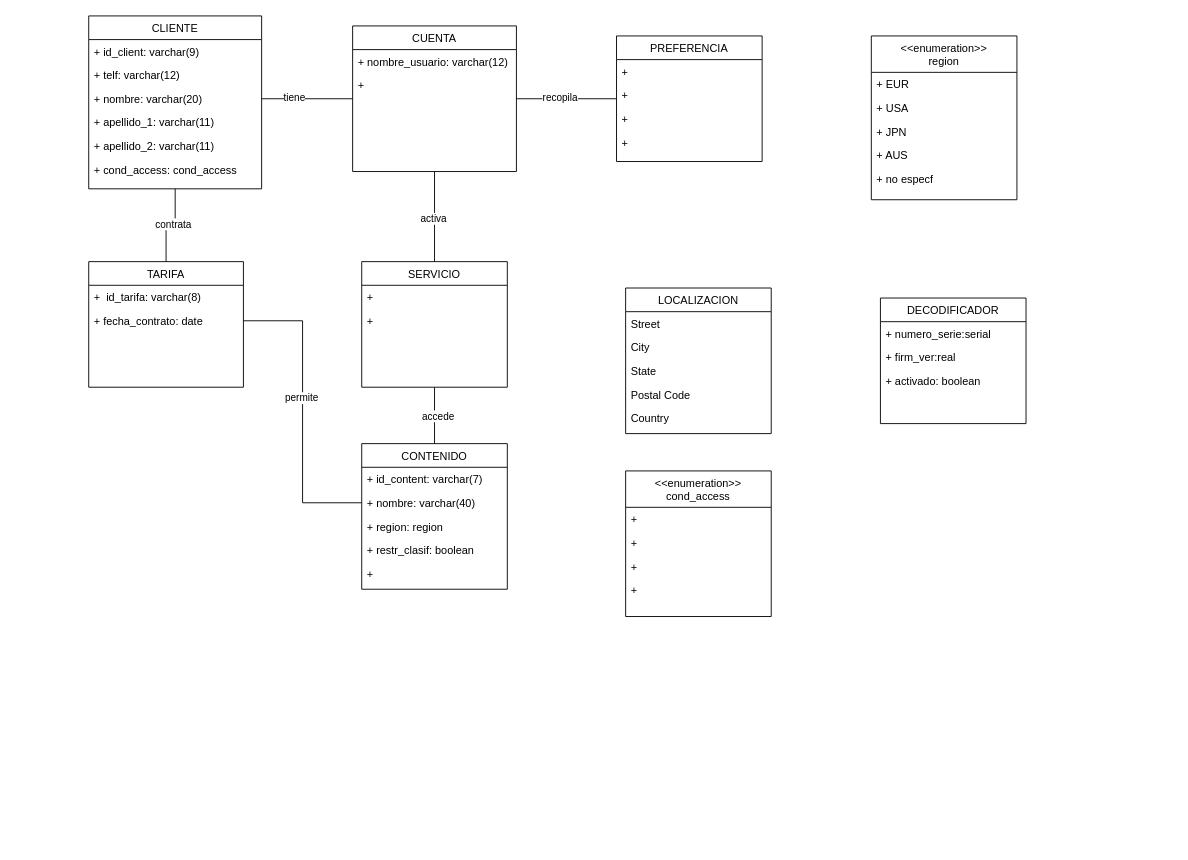
Earlier version of the draw.io diagram PROYECTO1.drawio (NyanCat6886/BasesDeDatosETSITGC). Source tidied: cells renumbered, new cells numbered last; positions are measured from the earlier drawing's top-left corner, leaving out a move shared by most shapes. Both pictures are drawn from the tidied source at 91%, with x=0, y=0 at pixel (88, 15).
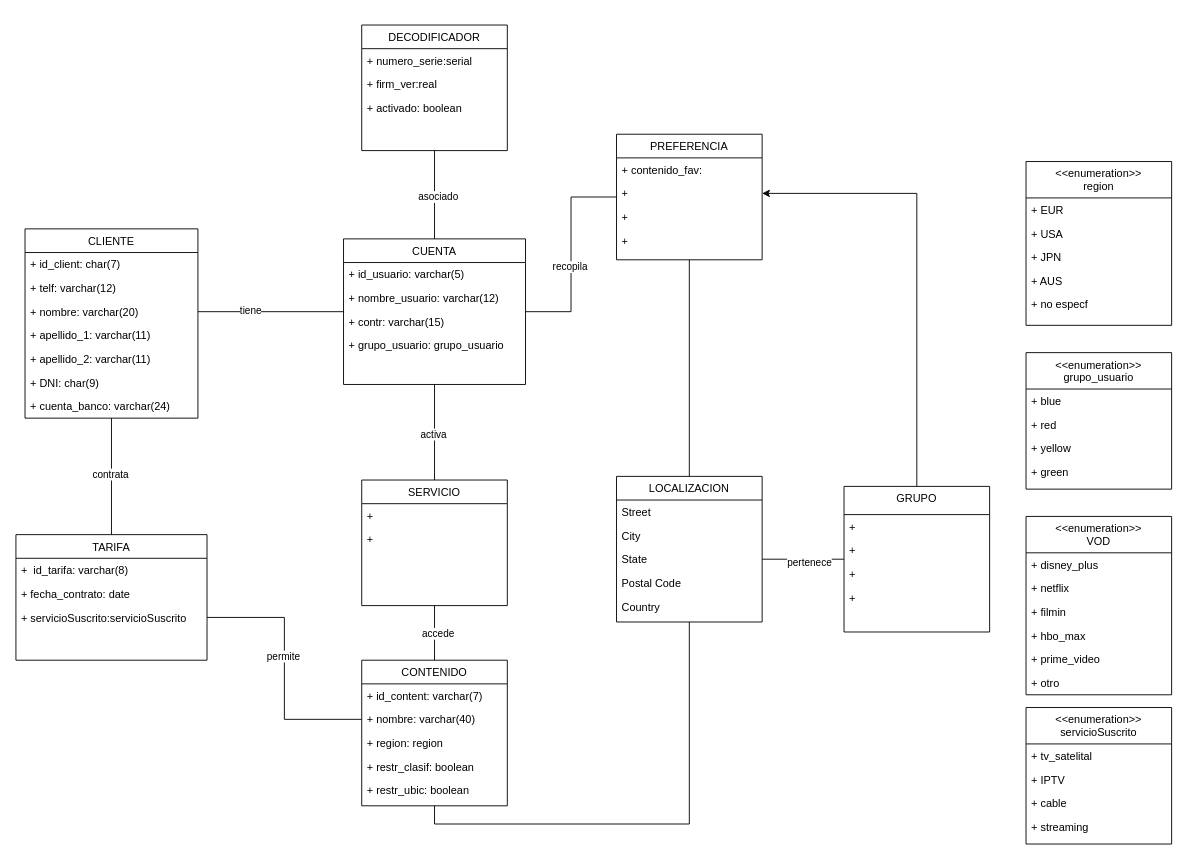
Above is the later version.

Unchanged cells that the change refers to:
```xml
<mxCell id="14" value="+ " style="text;align=left;verticalAlign=top;spacingLeft=4;spacingRight=4;overflow=hidden;points=[[0,0.5],[1,0.5]];portConstraint=eastwest;rounded=0;shadow=0;html=0;" parent="12" vertex="1">
  <mxGeometry y="52" width="160" height="26" as="geometry" />
</mxCell>
<mxCell id="45" value="State" style="text;align=left;verticalAlign=top;spacingLeft=4;spacingRight=4;overflow=hidden;points=[[0,0.5],[1,0.5]];portConstraint=eastwest;rounded=0;shadow=0;html=0;" parent="42" vertex="1">
  <mxGeometry y="78" width="160" height="26" as="geometry" />
</mxCell>
```

What changed in the source:
```diff
@@
     <mxCell id="4" value="CLIENTE" style="swimlane;fontStyle=0;align=center;verticalAlign=top;horizontal=1;startSize=26;rounded=0;shadow=0;strokeWidth=1;" parent="1" vertex="1">
-      <mxGeometry width="190" height="190" as="geometry" />
+      <mxGeometry x="-70" y="234" width="190" height="208" as="geometry" />
     </mxCell>
-    <mxCell id="5" value="+ id_client: varchar(9)" style="text;align=left;verticalAlign=top;spacingLeft=4;spacingRight=4;overflow=hidden;" parent="4" vertex="1">
+    <mxCell id="5" value="+ id_client: char(7)" style="text;align=left;verticalAlign=top;spacingLeft=4;spacingRight=4;overflow=hidden;" parent="4" vertex="1">
       <mxGeometry y="26" width="190" height="26" as="geometry" />
     </mxCell>
@@
-    <mxCell id="10" value="+ cond_access: cond_access" style="text;align=left;verticalAlign=top;spacingLeft=4;spacingRight=4;overflow=hidden;rounded=0;shadow=0;html=0;" parent="4" vertex="1">
+    <mxCell id="10" value="+ DNI: char(9)" style="text;align=left;verticalAlign=top;spacingLeft=4;spacingRight=4;overflow=hidden;rounded=0;shadow=0;html=0;" parent="4" vertex="1">
       <mxGeometry y="156" width="190" height="26" as="geometry" />
     </mxCell>
+    <mxCell id="63" value="+ cuenta_banco: varchar(24)" style="text;align=left;verticalAlign=top;spacingLeft=4;spacingRight=4;overflow=hidden;rounded=0;shadow=0;html=0;" parent="4" vertex="1">
+      <mxGeometry y="182" width="190" height="26" as="geometry" />
+    </mxCell>
@@
     <mxCell id="12" value="PREFERENCIA" style="swimlane;fontStyle=0;align=center;verticalAlign=top;horizontal=1;startSize=26;rounded=0;shadow=0;strokeWidth=1;" parent="1" vertex="1">
-      <mxGeometry x="580" y="22" width="160" height="138" as="geometry" />
+      <mxGeometry x="580" y="130" width="160" height="138" as="geometry" />
     </mxCell>
-    <mxCell id="13" value="+ " style="text;align=left;verticalAlign=top;spacingLeft=4;spacingRight=4;overflow=hidden;" parent="12" vertex="1">
+    <mxCell id="13" value="+ contenido_fav:" style="text;align=left;verticalAlign=top;spacingLeft=4;spacingRight=4;overflow=hidden;" parent="12" vertex="1">
       <mxGeometry y="26" width="160" height="26" as="geometry" />
     </mxCell>
@@
     <mxCell id="21" value="CUENTA" style="swimlane;fontStyle=0;align=center;verticalAlign=top;horizontal=1;startSize=26;rounded=0;shadow=0;strokeWidth=1;" parent="1" vertex="1">
-      <mxGeometry x="290" y="11" width="180" height="160" as="geometry" />
+      <mxGeometry x="280" y="245" width="200" height="160" as="geometry" />
     </mxCell>
+    <mxCell id="64" value="+ id_usuario: varchar(5)" style="text;align=left;verticalAlign=top;spacingLeft=4;spacingRight=4;overflow=hidden;" parent="21" vertex="1">
+      <mxGeometry y="26" width="200" height="26" as="geometry" />
+    </mxCell>
     <mxCell id="22" value="+ nombre_usuario: varchar(12)" style="text;align=left;verticalAlign=top;spacingLeft=4;spacingRight=4;overflow=hidden;" parent="21" vertex="1">
-      <mxGeometry y="26" width="180" height="26" as="geometry" />
+      <mxGeometry y="52" width="200" height="26" as="geometry" />
     </mxCell>
-    <mxCell id="23" value="+ " style="text;align=left;verticalAlign=top;spacingLeft=4;spacingRight=4;overflow=hidden;" parent="21" vertex="1">
-      <mxGeometry y="52" width="180" height="26" as="geometry" />
+    <mxCell id="23" value="+ contr: varchar(15)" style="text;align=left;verticalAlign=top;spacingLeft=4;spacingRight=4;overflow=hidden;" parent="21" vertex="1">
+      <mxGeometry y="78" width="200" height="26" as="geometry" />
     </mxCell>
+    <mxCell id="65" value="+ grupo_usuario: grupo_usuario" style="text;align=left;verticalAlign=top;spacingLeft=4;spacingRight=4;overflow=hidden;" parent="21" vertex="1">
+      <mxGeometry y="104" width="200" height="26" as="geometry" />
+    </mxCell>
@@
+    <mxCell id="66" style="edgeStyle=orthogonalEdgeStyle;rounded=0;jettySize=auto;html=1;exitX=0.5;exitY=1;exitDx=0;exitDy=0;entryX=0.5;entryY=1;entryDx=0;entryDy=0;endArrow=none;endFill=0;" parent="1" edge="1" source="26" target="42">
+      <mxGeometry relative="1" as="geometry" />
+    </mxCell>
     <mxCell id="26" value="CONTENIDO " style="swimlane;fontStyle=0;align=center;verticalAlign=top;horizontal=1;startSize=26;rounded=0;shadow=0;strokeWidth=1;" parent="1" vertex="1">
-      <mxGeometry x="300" y="470" width="160" height="160" as="geometry" />
+      <mxGeometry x="300" y="708" width="160" height="160" as="geometry" />
     </mxCell>
@@
-    <mxCell id="31" value="+ " style="text;align=left;verticalAlign=top;spacingLeft=4;spacingRight=4;overflow=hidden;rounded=0;shadow=0;html=0;" parent="26" vertex="1">
+    <mxCell id="31" value="+ restr_ubic: boolean" style="text;align=left;verticalAlign=top;spacingLeft=4;spacingRight=4;overflow=hidden;rounded=0;shadow=0;html=0;" parent="26" vertex="1">
       <mxGeometry y="130" width="160" height="26" as="geometry" />
     </mxCell>
+    <mxCell id="67" style="edgeStyle=orthogonalEdgeStyle;rounded=0;jettySize=auto;html=1;exitX=0.5;exitY=1;exitDx=0;exitDy=0;entryX=0.5;entryY=0;entryDx=0;entryDy=0;endArrow=none;endFill=0;" parent="1" edge="1" source="32" target="21">
+      <mxGeometry relative="1" as="geometry" />
+    </mxCell>
+    <mxCell id="68" value="asociado" style="edgeLabel;html=1;align=center;verticalAlign=middle;" parent="67" vertex="1">
+      <mxGeometry x="0.04" y="3" relative="1" as="geometry" />
+    </mxCell>
     <mxCell id="32" value="DECODIFICADOR" style="swimlane;fontStyle=0;align=center;verticalAlign=top;horizontal=1;startSize=26;rounded=0;shadow=0;strokeWidth=1;" parent="1" vertex="1">
-      <mxGeometry x="870" y="310" width="160" height="138" as="geometry" />
+      <mxGeometry x="300" y="10" width="160" height="138" as="geometry" />
     </mxCell>
@@
     <mxCell id="36" value="SERVICIO" style="swimlane;fontStyle=0;align=center;verticalAlign=top;horizontal=1;startSize=26;rounded=0;shadow=0;strokeWidth=1;" parent="1" vertex="1">
-      <mxGeometry x="300" y="270" width="160" height="138" as="geometry" />
+      <mxGeometry x="300" y="510" width="160" height="138" as="geometry" />
     </mxCell>
@@
     <mxCell id="39" value="TARIFA" style="swimlane;fontStyle=0;align=center;verticalAlign=top;horizontal=1;startSize=26;rounded=0;shadow=0;strokeWidth=1;" parent="1" vertex="1">
-      <mxGeometry y="270" width="170" height="138" as="geometry" />
+      <mxGeometry x="-80" y="570" width="210" height="138" as="geometry" />
     </mxCell>
     <mxCell id="40" value="+  id_tarifa: varchar(8)" style="text;align=left;verticalAlign=top;spacingLeft=4;spacingRight=4;overflow=hidden;" parent="39" vertex="1">
-      <mxGeometry y="26" width="170" height="26" as="geometry" />
+      <mxGeometry y="26" width="210" height="26" as="geometry" />
     </mxCell>
+    <mxCell id="69" value="+ fecha_contrato: date" style="text;align=left;verticalAlign=top;spacingLeft=4;spacingRight=4;overflow=hidden;rounded=0;shadow=0;html=0;" parent="39" vertex="1">
+      <mxGeometry y="52" width="210" height="26" as="geometry" />
+    </mxCell>
-    <mxCell id="41" value="+ fecha_contrato: date" style="text;align=left;verticalAlign=top;spacingLeft=4;spacingRight=4;overflow=hidden;points=[[0,0.5],[1,0.5]];portConstraint=eastwest;rounded=0;shadow=0;html=0;" parent="39" vertex="1">
-      <mxGeometry y="52" width="170" height="26" as="geometry" />
+    <mxCell id="41" value="+ servicioSuscrito:servicioSuscrito" style="text;align=left;verticalAlign=top;spacingLeft=4;spacingRight=4;overflow=hidden;points=[[0,0.5],[1,0.5]];portConstraint=eastwest;rounded=0;shadow=0;html=0;" parent="39" vertex="1">
+      <mxGeometry y="78" width="210" height="26" as="geometry" />
     </mxCell>
+    <mxCell id="70" style="edgeStyle=orthogonalEdgeStyle;rounded=0;jettySize=auto;html=1;exitX=0.5;exitY=0;exitDx=0;exitDy=0;entryX=0.5;entryY=1;entryDx=0;entryDy=0;endArrow=none;endFill=0;" parent="1" edge="1" source="42" target="12">
+      <mxGeometry relative="1" as="geometry" />
+    </mxCell>
     <mxCell id="42" value="LOCALIZACION" style="swimlane;fontStyle=0;align=center;verticalAlign=top;horizontal=1;startSize=26;rounded=0;shadow=0;strokeWidth=1;" parent="1" vertex="1">
-      <mxGeometry x="590" y="299" width="160" height="160" as="geometry" />
+      <mxGeometry x="580" y="506" width="160" height="160" as="geometry" />
     </mxCell>
@@
     <mxCell id="48" value="&lt;&lt;enumeration&gt;&gt;&#10;region" style="swimlane;fontStyle=0;align=center;verticalAlign=top;horizontal=1;startSize=40;rounded=0;shadow=0;strokeWidth=1;" parent="1" vertex="1">
-      <mxGeometry x="860" y="22" width="160" height="180" as="geometry" />
+      <mxGeometry x="1030" y="160" width="160" height="180" as="geometry" />
     </mxCell>
@@
-    <mxCell id="54" value="&lt;&lt;enumeration&gt;&gt;&#10;cond_access" style="swimlane;fontStyle=0;align=center;verticalAlign=top;horizontal=1;startSize=40;rounded=0;shadow=0;strokeWidth=1;" parent="1" vertex="1">
-      <mxGeometry x="590" y="500" width="160" height="160" as="geometry" />
-    </mxCell>
-    <mxCell id="55" value="+ " style="text;align=left;verticalAlign=top;spacingLeft=4;spacingRight=4;overflow=hidden;rounded=0;shadow=0;html=0;" parent="54" vertex="1">
-      <mxGeometry y="40" width="160" height="26" as="geometry" />
-    </mxCell>
-    <mxCell id="56" value="+ " style="text;align=left;verticalAlign=top;spacingLeft=4;spacingRight=4;overflow=hidden;rounded=0;shadow=0;html=0;" parent="54" vertex="1">
-      <mxGeometry y="66" width="160" height="26" as="geometry" />
-    </mxCell>
-    <mxCell id="57" value="+ " style="text;align=left;verticalAlign=top;spacingLeft=4;spacingRight=4;overflow=hidden;rounded=0;shadow=0;html=0;" parent="54" vertex="1">
-      <mxGeometry y="92" width="160" height="26" as="geometry" />
-    </mxCell>
-    <mxCell id="58" value="+ " style="text;align=left;verticalAlign=top;spacingLeft=4;spacingRight=4;overflow=hidden;rounded=0;shadow=0;html=0;" parent="54" vertex="1">
-      <mxGeometry y="118" width="160" height="26" as="geometry" />
-    </mxCell>
@@
+    <mxCell id="71" style="edgeStyle=orthogonalEdgeStyle;rounded=0;jettySize=auto;html=1;entryX=1;entryY=0.5;entryDx=0;entryDy=0;endArrow=none;endFill=0;" parent="1" edge="1" source="74" target="45">
+      <mxGeometry relative="1" as="geometry" />
+    </mxCell>
+    <mxCell id="72" value="pertenece" style="edgeLabel;html=1;align=center;verticalAlign=middle;" parent="71" vertex="1">
+      <mxGeometry x="-0.14" y="3" relative="1" as="geometry" />
+    </mxCell>
+    <mxCell id="73" style="edgeStyle=orthogonalEdgeStyle;rounded=0;jettySize=auto;html=1;exitX=0.5;exitY=0;exitDx=0;exitDy=0;entryX=1;entryY=0.5;entryDx=0;entryDy=0;" parent="1" edge="1" source="74" target="14">
+      <mxGeometry relative="1" as="geometry" />
+    </mxCell>
+    <mxCell id="74" value="GRUPO" style="swimlane;fontStyle=0;align=center;verticalAlign=top;horizontal=1;startSize=31;rounded=0;shadow=0;strokeWidth=1;" parent="1" vertex="1">
+      <mxGeometry x="830" y="517" width="160" height="160" as="geometry" />
+    </mxCell>
+    <mxCell id="75" value="+ " style="text;align=left;verticalAlign=top;spacingLeft=4;spacingRight=4;overflow=hidden;rounded=0;shadow=0;html=0;" parent="74" vertex="1">
+      <mxGeometry y="31" width="160" height="26" as="geometry" />
+    </mxCell>
+    <mxCell id="76" value="+ " style="text;align=left;verticalAlign=top;spacingLeft=4;spacingRight=4;overflow=hidden;rounded=0;shadow=0;html=0;" parent="74" vertex="1">
+      <mxGeometry y="57" width="160" height="26" as="geometry" />
+    </mxCell>
+    <mxCell id="77" value="+ " style="text;align=left;verticalAlign=top;spacingLeft=4;spacingRight=4;overflow=hidden;rounded=0;shadow=0;html=0;" parent="74" vertex="1">
+      <mxGeometry y="83" width="160" height="26" as="geometry" />
+    </mxCell>
+    <mxCell id="78" value="+ " style="text;align=left;verticalAlign=top;spacingLeft=4;spacingRight=4;overflow=hidden;rounded=0;shadow=0;html=0;" parent="74" vertex="1">
+      <mxGeometry y="109" width="160" height="26" as="geometry" />
+    </mxCell>
+    <mxCell id="79" value="&lt;&lt;enumeration&gt;&gt;&#10;grupo_usuario" style="swimlane;fontStyle=0;align=center;verticalAlign=top;horizontal=1;startSize=40;rounded=0;shadow=0;strokeWidth=1;" parent="1" vertex="1">
+      <mxGeometry x="1030" y="370" width="160" height="150" as="geometry" />
+    </mxCell>
+    <mxCell id="80" value="+ blue" style="text;align=left;verticalAlign=top;spacingLeft=4;spacingRight=4;overflow=hidden;rounded=0;shadow=0;html=0;" parent="79" vertex="1">
+      <mxGeometry y="40" width="160" height="26" as="geometry" />
+    </mxCell>
+    <mxCell id="81" value="+ red" style="text;align=left;verticalAlign=top;spacingLeft=4;spacingRight=4;overflow=hidden;rounded=0;shadow=0;html=0;" parent="79" vertex="1">
+      <mxGeometry y="66" width="160" height="26" as="geometry" />
+    </mxCell>
+    <mxCell id="82" value="+ yellow" style="text;align=left;verticalAlign=top;spacingLeft=4;spacingRight=4;overflow=hidden;rounded=0;shadow=0;html=0;" parent="79" vertex="1">
+      <mxGeometry y="92" width="160" height="26" as="geometry" />
+    </mxCell>
+    <mxCell id="83" value="+ green" style="text;align=left;verticalAlign=top;spacingLeft=4;spacingRight=4;overflow=hidden;rounded=0;shadow=0;html=0;" parent="79" vertex="1">
+      <mxGeometry y="118" width="160" height="26" as="geometry" />
+    </mxCell>
+    <mxCell id="84" value="&lt;&lt;enumeration&gt;&gt;&#10;VOD&#10;" style="swimlane;fontStyle=0;align=center;verticalAlign=top;horizontal=1;startSize=40;rounded=0;shadow=0;strokeWidth=1;" parent="1" vertex="1">
+      <mxGeometry x="1030" y="550" width="160" height="196" as="geometry" />
+    </mxCell>
+    <mxCell id="85" value="+ disney_plus" style="text;align=left;verticalAlign=top;spacingLeft=4;spacingRight=4;overflow=hidden;rounded=0;shadow=0;html=0;" parent="84" vertex="1">
+      <mxGeometry y="40" width="160" height="26" as="geometry" />
+    </mxCell>
+    <mxCell id="86" value="+ netflix" style="text;align=left;verticalAlign=top;spacingLeft=4;spacingRight=4;overflow=hidden;rounded=0;shadow=0;html=0;" parent="84" vertex="1">
+      <mxGeometry y="66" width="160" height="26" as="geometry" />
+    </mxCell>
+    <mxCell id="87" value="+ filmin" style="text;align=left;verticalAlign=top;spacingLeft=4;spacingRight=4;overflow=hidden;rounded=0;shadow=0;html=0;" parent="84" vertex="1">
+      <mxGeometry y="92" width="160" height="26" as="geometry" />
+    </mxCell>
+    <mxCell id="88" value="+ hbo_max" style="text;align=left;verticalAlign=top;spacingLeft=4;spacingRight=4;overflow=hidden;rounded=0;shadow=0;html=0;" parent="84" vertex="1">
+      <mxGeometry y="118" width="160" height="26" as="geometry" />
+    </mxCell>
+    <mxCell id="89" value="+ prime_video" style="text;align=left;verticalAlign=top;spacingLeft=4;spacingRight=4;overflow=hidden;rounded=0;shadow=0;html=0;" parent="84" vertex="1">
+      <mxGeometry y="144" width="160" height="26" as="geometry" />
+    </mxCell>
+    <mxCell id="90" value="+ otro" style="text;align=left;verticalAlign=top;spacingLeft=4;spacingRight=4;overflow=hidden;rounded=0;shadow=0;html=0;" parent="84" vertex="1">
+      <mxGeometry y="170" width="160" height="26" as="geometry" />
+    </mxCell>
+    <mxCell id="91" value="&lt;&lt;enumeration&gt;&gt;&#10;servicioSuscrito&#10;" style="swimlane;fontStyle=0;align=center;verticalAlign=top;horizontal=1;startSize=40;rounded=0;shadow=0;strokeWidth=1;" parent="1" vertex="1">
+      <mxGeometry x="1030" y="760" width="160" height="150" as="geometry" />
+    </mxCell>
+    <mxCell id="92" value="+ tv_satelital" style="text;align=left;verticalAlign=top;spacingLeft=4;spacingRight=4;overflow=hidden;rounded=0;shadow=0;html=0;" parent="91" vertex="1">
+      <mxGeometry y="40" width="160" height="26" as="geometry" />
+    </mxCell>
+    <mxCell id="93" value="+ IPTV" style="text;align=left;verticalAlign=top;spacingLeft=4;spacingRight=4;overflow=hidden;rounded=0;shadow=0;html=0;" parent="91" vertex="1">
+      <mxGeometry y="66" width="160" height="26" as="geometry" />
+    </mxCell>
+    <mxCell id="94" value="+ cable" style="text;align=left;verticalAlign=top;spacingLeft=4;spacingRight=4;overflow=hidden;rounded=0;shadow=0;html=0;" parent="91" vertex="1">
+      <mxGeometry y="92" width="160" height="26" as="geometry" />
+    </mxCell>
+    <mxCell id="95" value="+ streaming" style="text;align=left;verticalAlign=top;spacingLeft=4;spacingRight=4;overflow=hidden;rounded=0;shadow=0;html=0;" parent="91" vertex="1">
+      <mxGeometry y="118" width="160" height="26" as="geometry" />
+    </mxCell>
```
